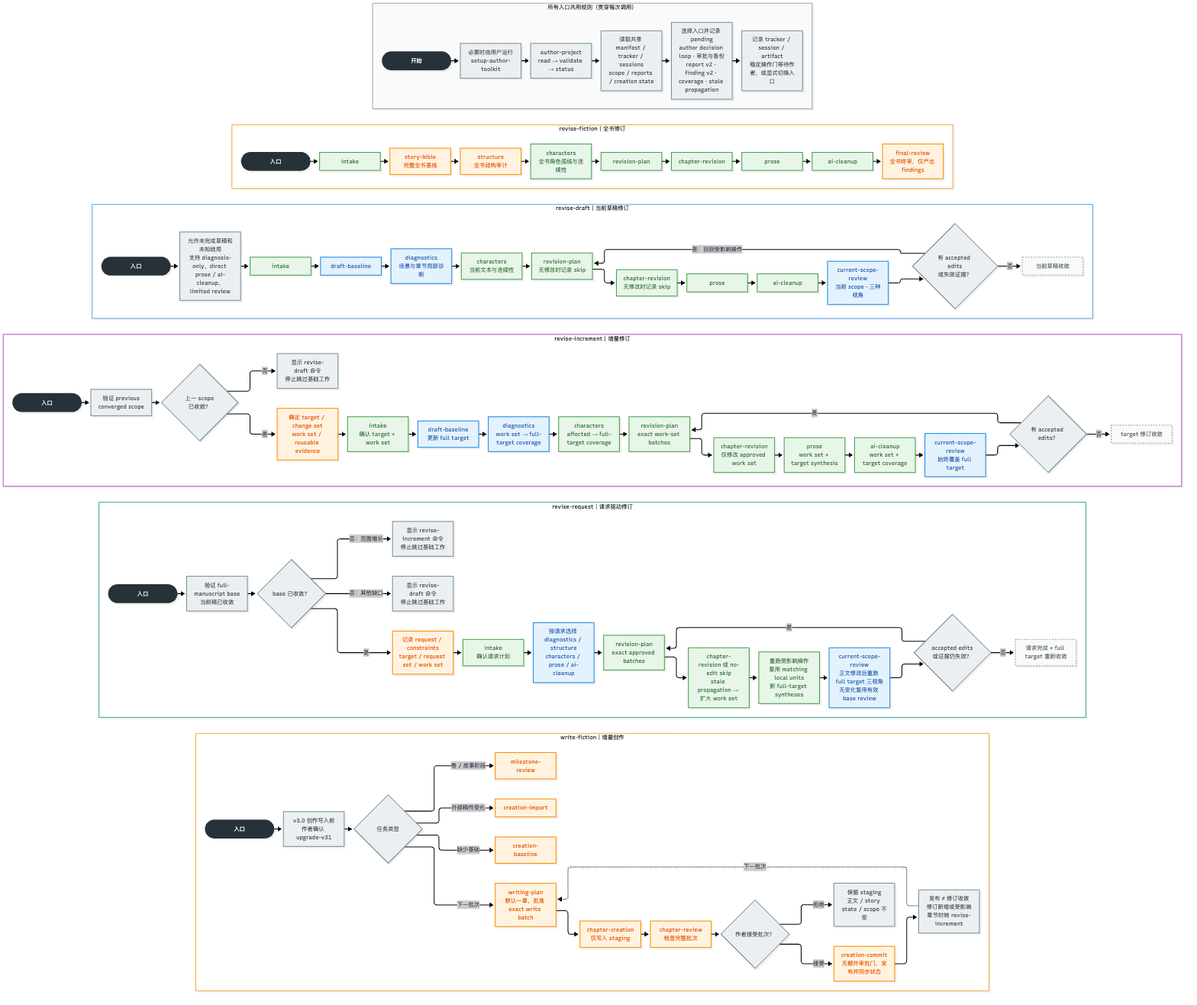
This is docs/five-entry-flows.png from shengchen1998/author-toolkit, a Mermaid export, as it was before one commit. Its source is kept beside it as docs/five-entry-flows.mmd.
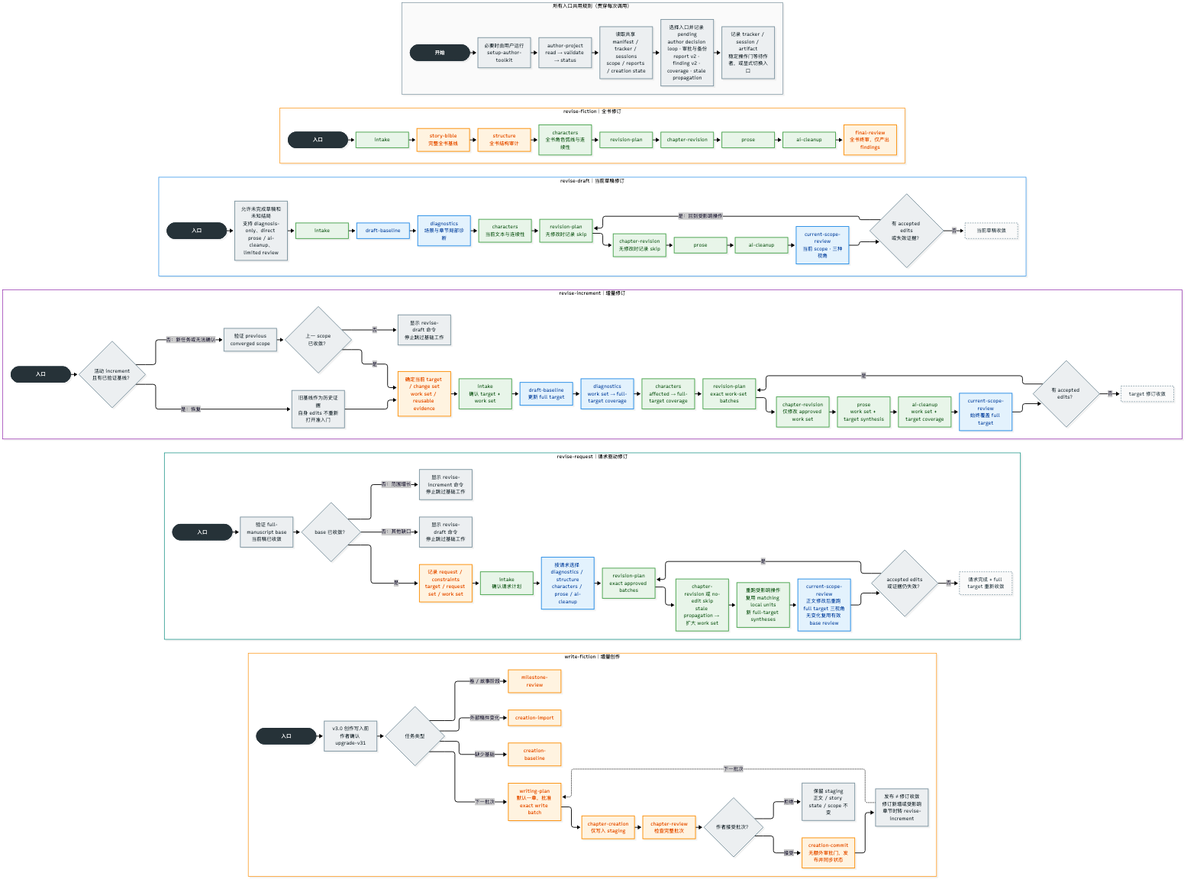
The same file after the commit.

Commit message:
docs(workflow): clarify increment resume flow

Change to the diagram source:
```diff
@@ -40,10 +40,13 @@
 
   subgraph RI["revise-increment｜增量修订"]
     direction LR
-    RI0([入口]) --> RIV["验证 previous<br/>converged scope"]
+    RI0([入口]) --> RISTATE{"活动 increment<br/>且有已验证基线？"}
+    RISTATE -->|是：恢复| RIRESUME["旧基线作为历史证据<br/>自身 edits 不重新打开准入门"]
+    RIRESUME --> RI1
+    RISTATE -->|否：新任务或无法确认| RIV["验证 previous<br/>converged scope"]
     RIV --> RIBASE{"上一 scope<br/>已收敛？"}
     RIBASE -->|否| RISTOP["显示 revise-draft 命令<br/>停止跳过基础工作"]
-    RIBASE -->|是| RI1["确定 target / change set<br/>work set / reusable evidence"]
+    RIBASE -->|是| RI1["确定当前 target / change set<br/>work set / reusable evidence"]
     RI1 --> RI2["intake<br/>确认 target + work set"]
     RI2 --> RI3["draft-baseline<br/>更新 full target"]
     RI3 --> RI4["diagnostics<br/>work set → full-target coverage"]
@@ -107,7 +110,7 @@
   classDef note fill:#FAFAFA,stroke:#90A4AE,color:#37474F,stroke-dasharray:4 3;
 
   class START,RF0,RD0,RI0,RR0,WF0 startEnd;
-  class SETUP,READ,STATE,GATES,WAIT,RDN,RIV,RIBASE,RISTOP,RDC,RIC,RRV,RRBASE,RRISTOP,RRDSTOP,RRC,WFV,WFTYPE,WFA,WFR,WF8 control;
+  class SETUP,READ,STATE,GATES,WAIT,RDN,RISTATE,RIRESUME,RIV,RIBASE,RISTOP,RDC,RIC,RRV,RRBASE,RRISTOP,RRDSTOP,RRC,WFV,WFTYPE,WFA,WFR,WF8 control;
   class RF1,RF4,RF5,RF6,RF7,RF8,RD1,RD4,RD5,RD6,RD7,RD8,RI2,RI5,RI6,RI7,RI8,RI9,RR2,RR4,RR5,RR6 shared;
   class RD2,RD3,RD9,RI3,RI4,RI10,RR3,RR7 draftShared;
   class RF2,RF3,RF9,RI1,RR1,WF1,WF2,WF3,WF4,WF5,WF6,WF7 unique;
```
